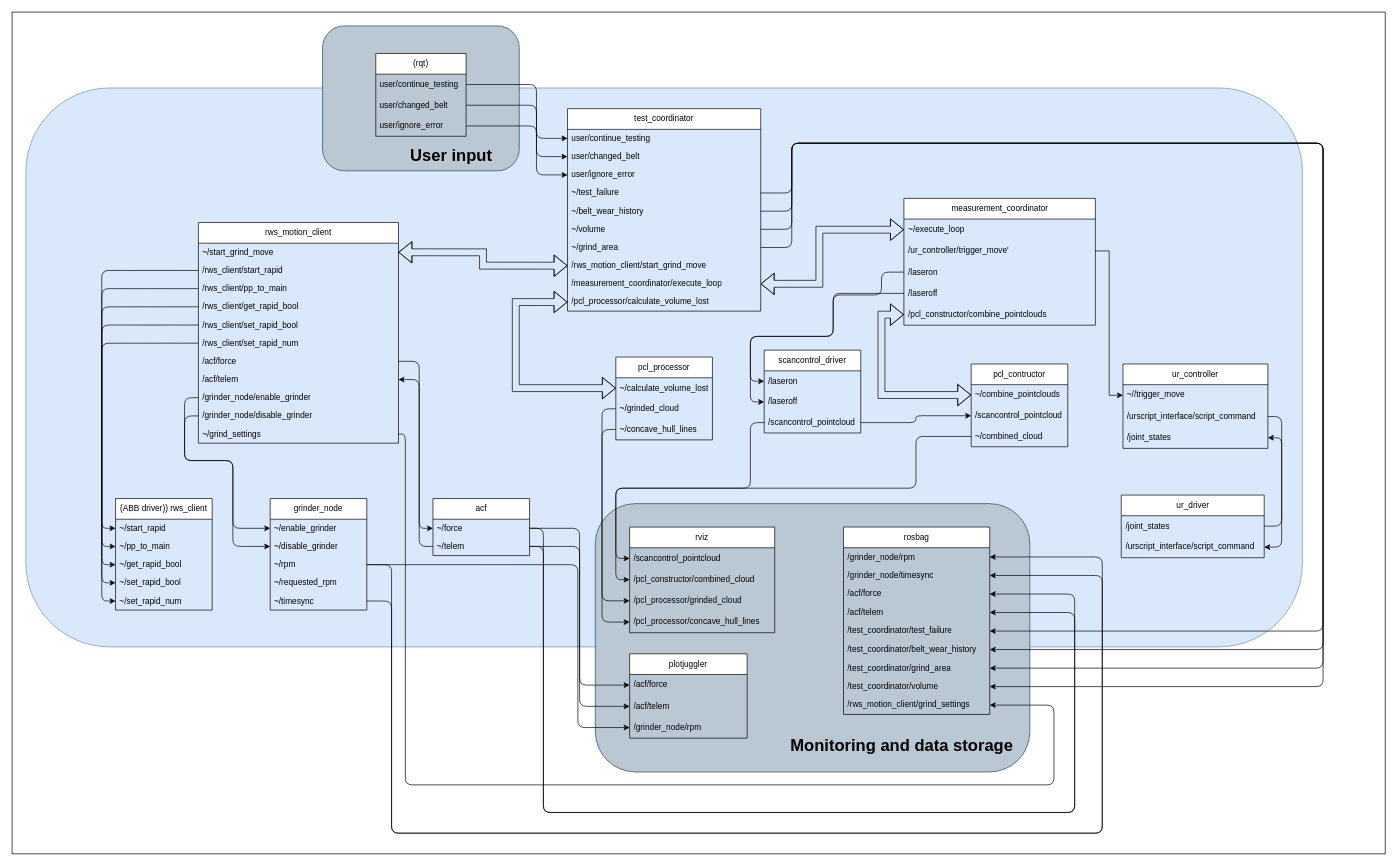
The draw.io diagram OverviewV2.drawio in Luka140/drawio_graphs, before the edit. Source tidied: cells renumbered, new cells numbered last; positions are measured from the earlier drawing's top-left corner, leaving out a move shared by most shapes. Both pictures are drawn from the tidied source at 69%, with x=0, y=0 at pixel (12, 12).
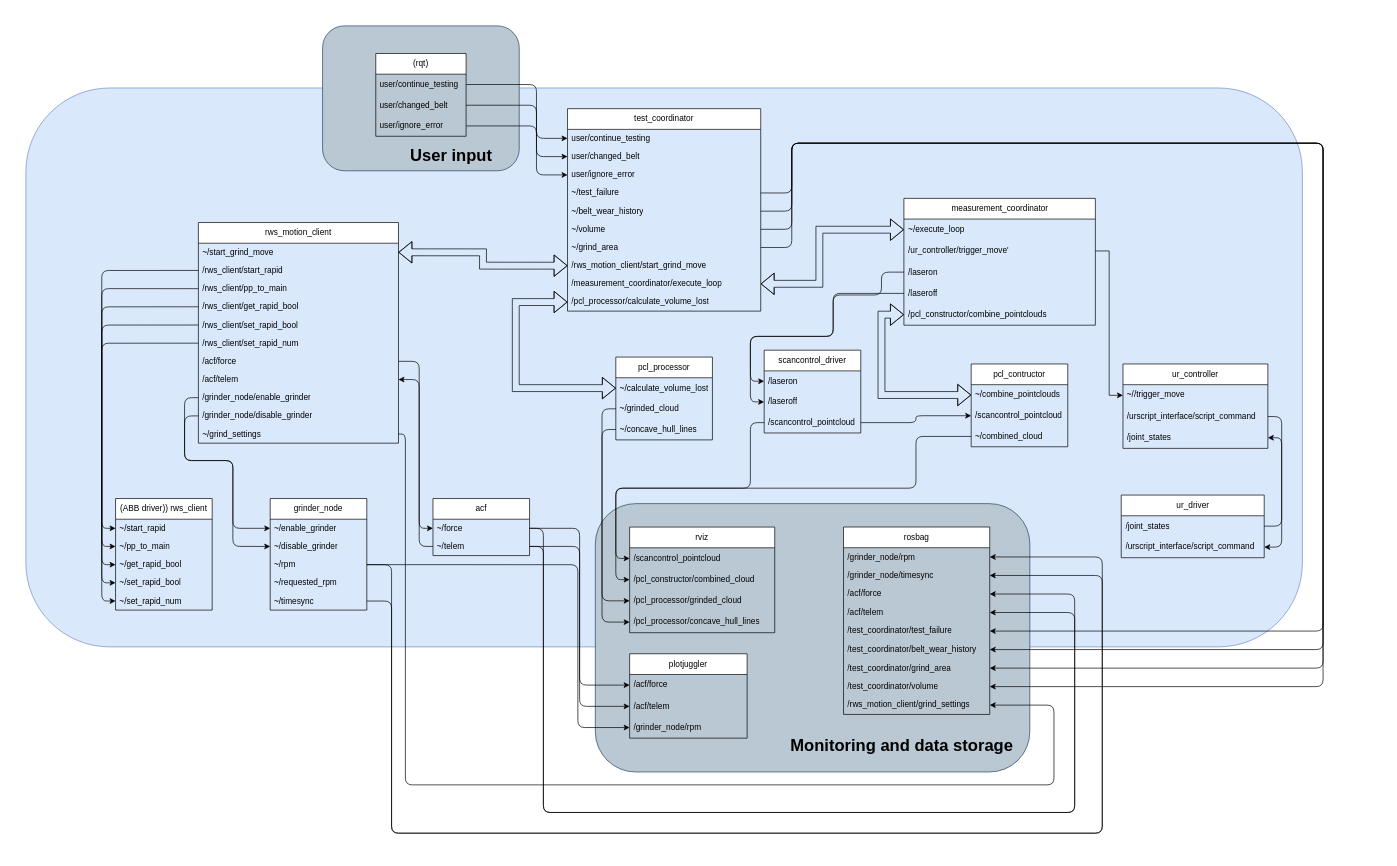
The same diagram, later.

Commit message:
set_background black

What changed in the source:
```diff
@@
-<mxGraphModel>
+<mxGraphModel background="#ffffff">
@@
-    <mxCell id="2" style="rounded=0;whiteSpace=wrap;html=1;" parent="1" vertex="1">
-      <mxGeometry width="1990" height="1220" as="geometry" />
-    </mxCell>
```
